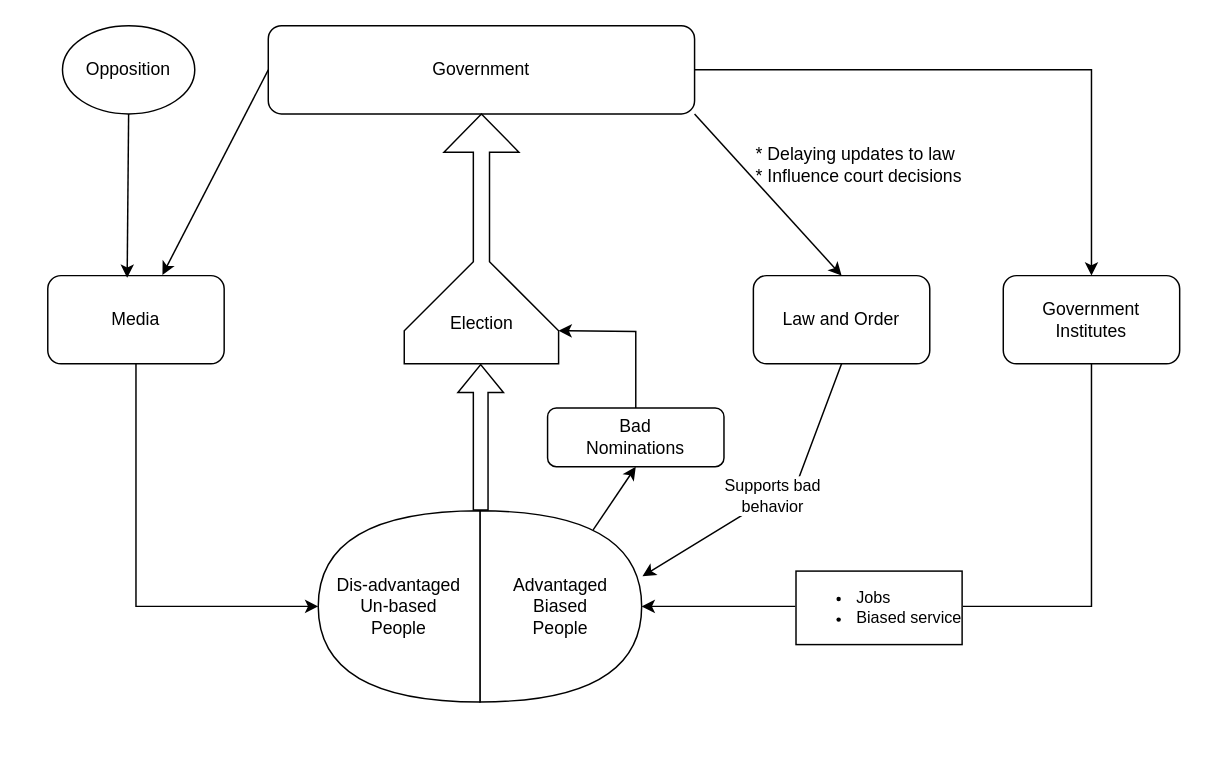
Earlier version of the draw.io diagram current_political_system.drawio (PraAnj/pragmatic-solutions-to-sri-lanka). Source tidied: cells renumbered, new cells numbered last; positions are measured from the earlier drawing's top-left corner, leaving out a move shared by most shapes. Both pictures are drawn from the tidied source at 147%, with x=0, y=0 at pixel (47, 25).
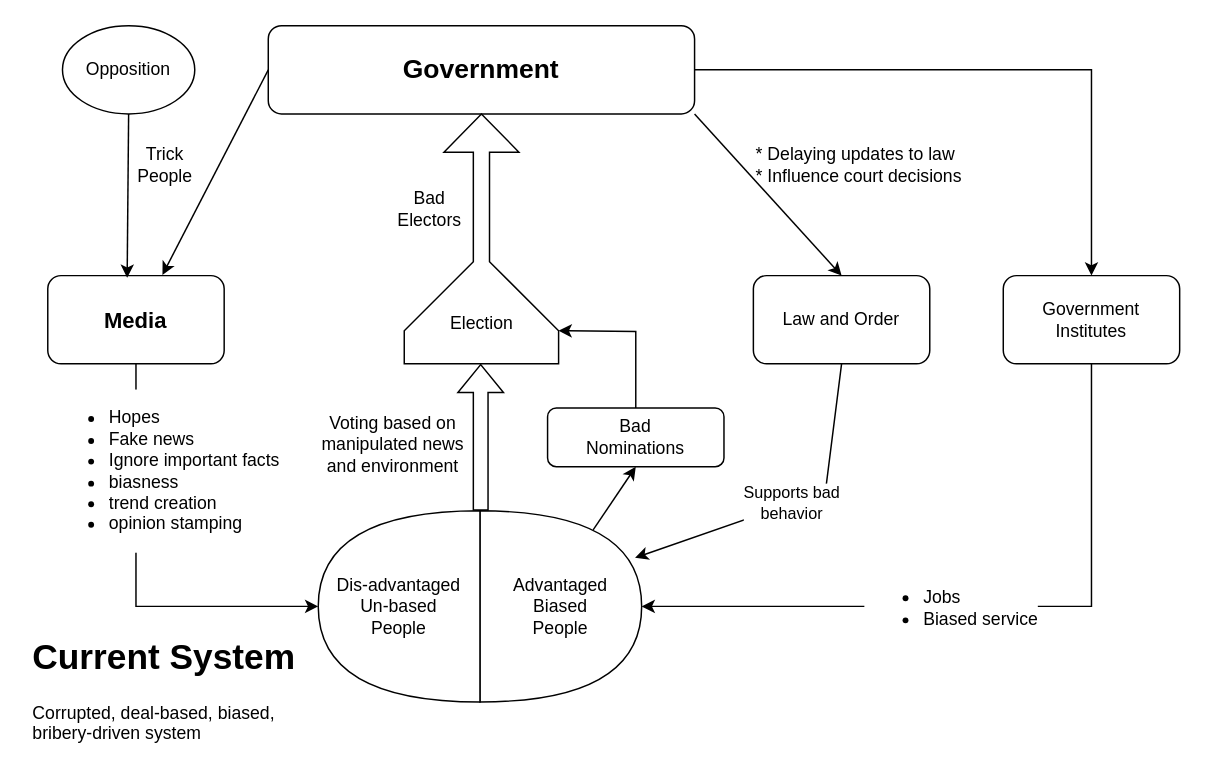
Above is the later version.

Unchanged cells that the change refers to:
```xml
<mxCell id="3" value="Advantaged&lt;br&gt;Biased&lt;br&gt;People" style="shape=or;whiteSpace=wrap;html=1;" parent="1" vertex="1">
  <mxGeometry x="294" y="330" width="110" height="130" as="geometry" />
</mxCell>
<mxCell id="11" style="endArrow=classic;html=1;rounded=0;exitX=0.5;exitY=1;exitDx=0;exitDy=0;entryX=1;entryY=0.5;entryDx=0;entryDy=0;entryPerimeter=0;" parent="1" edge="1" source="10" target="4">
  <mxGeometry relative="1" as="geometry">
    <Array as="points">
      <mxPoint x="60" y="395" />
    </Array>
  </mxGeometry>
</mxCell>
<mxCell id="15" value="Law and Order" style="rounded=1;whiteSpace=wrap;html=1;" parent="1" vertex="1">
  <mxGeometry x="480" y="170" width="120" height="60" as="geometry" />
</mxCell>
<mxCell id="20" style="endArrow=classic;html=1;rounded=0;exitX=0.5;exitY=1;exitDx=0;exitDy=0;entryX=1;entryY=0.5;entryDx=0;entryDy=0;entryPerimeter=0;" parent="1" edge="1" source="16" target="3">
  <mxGeometry relative="1" as="geometry">
    <Array as="points">
      <mxPoint x="710" y="395" />
    </Array>
  </mxGeometry>
</mxCell>
```

The edit, as a diff of the source:
```diff
@@
-    <mxCell id="2" value="Government" style="rounded=1;whiteSpace=wrap;html=1;" parent="1" vertex="1">
+    <mxCell id="2" value="&lt;b&gt;&lt;font style=&quot;font-size: 18px;&quot;&gt;Government&lt;/font&gt;&lt;/b&gt;" style="rounded=1;whiteSpace=wrap;html=1;" parent="1" vertex="1">
       <mxGeometry x="150" width="290" height="60" as="geometry" />
     </mxCell>
@@
-    <mxCell id="10" value="Media" style="rounded=1;whiteSpace=wrap;html=1;" parent="1" vertex="1">
+    <mxCell id="10" value="&lt;font size=&quot;1&quot; style=&quot;&quot;&gt;&lt;b style=&quot;font-size: 15px;&quot;&gt;Media&lt;/b&gt;&lt;/font&gt;" style="rounded=1;whiteSpace=wrap;html=1;" parent="1" vertex="1">
       <mxGeometry y="170" width="120" height="60" as="geometry" />
     </mxCell>
@@
+    <mxCell id="23" value="&lt;ul style=&quot;font-size: 12px;&quot;&gt;&lt;li&gt;Hopes&lt;/li&gt;&lt;li&gt;Fake news&lt;/li&gt;&lt;li&gt;Ignore important facts&lt;/li&gt;&lt;li&gt;biasness&lt;/li&gt;&lt;li&gt;trend creation&lt;/li&gt;&lt;li&gt;opinion stamping&lt;/li&gt;&lt;/ul&gt;" style="edgeLabel;html=1;align=left;verticalAlign=middle;" parent="11" vertex="1">
+      <mxGeometry x="-0.43" y="1" relative="1" as="geometry">
+        <mxPoint x="-61" y="-10" as="offset" />
+      </mxGeometry>
+    </mxCell>
@@
-    <mxCell id="21" value="&lt;div style=&quot;text-align: left;&quot;&gt;&lt;ul&gt;&lt;li&gt;Jobs&lt;/li&gt;&lt;li&gt;Biased service&lt;/li&gt;&lt;/ul&gt;&lt;/div&gt;" style="edgeLabel;html=1;align=right;verticalAlign=middle;spacing=0;labelBorderColor=default;labelPosition=left;verticalLabelPosition=middle;" parent="20" vertex="1">
+    <mxCell id="21" value="&lt;div style=&quot;font-size: 12px;&quot;&gt;&lt;ul&gt;&lt;li&gt;Jobs&lt;/li&gt;&lt;li&gt;Biased service&lt;/li&gt;&lt;/ul&gt;&lt;/div&gt;" style="edgeLabel;html=1;align=left;verticalAlign=middle;spacing=0;labelBorderColor=none;labelPosition=left;verticalLabelPosition=middle;" parent="20" vertex="1">
       <mxGeometry x="-0.05" y="2" relative="1" as="geometry">
-        <mxPoint x="-30" y="-2" as="offset" />
+        <mxPoint x="-95" y="-2" as="offset" />
       </mxGeometry>
     </mxCell>
-    <mxCell id="22" value="Supports bad&lt;br&gt;behavior" style="endArrow=classic;html=1;rounded=0;exitX=0.5;exitY=1;exitDx=0;exitDy=0;entryX=1.005;entryY=0.342;entryDx=0;entryDy=0;entryPerimeter=0;" parent="1" edge="1" source="15" target="3">
+    <mxCell id="22" value="Supports bad&lt;br&gt;behavior" style="endArrow=classic;html=1;rounded=0;exitX=0.5;exitY=1;exitDx=0;exitDy=0;entryX=0.959;entryY=0.246;entryDx=0;entryDy=0;entryPerimeter=0;" parent="1" edge="1" source="15" target="3">
       <mxGeometry relative="1" as="geometry">
         <Array as="points">
-          <mxPoint x="510" y="310" />
+          <mxPoint x="529" y="317" />
         </Array>
       </mxGeometry>
     </mxCell>
+    <mxCell id="24" value="Bad&lt;br&gt;Electors" style="text;html=1;strokeColor=none;fillColor=none;align=center;verticalAlign=middle;whiteSpace=wrap;rounded=0;labelBorderColor=none;dashed=1;dashPattern=1 1;" parent="1" vertex="1">
+      <mxGeometry x="230" y="110" width="60" height="30" as="geometry" />
+    </mxCell>
+    <mxCell id="25" value="Trick&lt;br&gt;People" style="text;html=1;strokeColor=none;fillColor=none;align=center;verticalAlign=middle;whiteSpace=wrap;rounded=0;labelBorderColor=none;dashed=1;dashPattern=1 1;" parent="1" vertex="1">
+      <mxGeometry x="50" y="80" width="60" height="30" as="geometry" />
+    </mxCell>
+    <mxCell id="26" value="Voting based on manipulated news and environment" style="text;html=1;strokeColor=none;fillColor=none;align=center;verticalAlign=middle;whiteSpace=wrap;rounded=0;labelBorderColor=none;dashed=1;dashPattern=1 1;" parent="1" vertex="1">
+      <mxGeometry x="180" y="270" width="110" height="30" as="geometry" />
+    </mxCell>
+    <mxCell id="27" value="&lt;h1&gt;Current System&lt;/h1&gt;&lt;div&gt;Corrupted, deal-based, biased, bribery-driven system&lt;/div&gt;" style="text;html=1;strokeColor=none;fillColor=none;spacing=5;spacingTop=-20;whiteSpace=wrap;overflow=hidden;rounded=0;dashed=1;dashPattern=1 1;labelBorderColor=none;" parent="1" vertex="1">
+      <mxGeometry x="-15" y="410" width="190" height="80" as="geometry" />
+    </mxCell>
```
